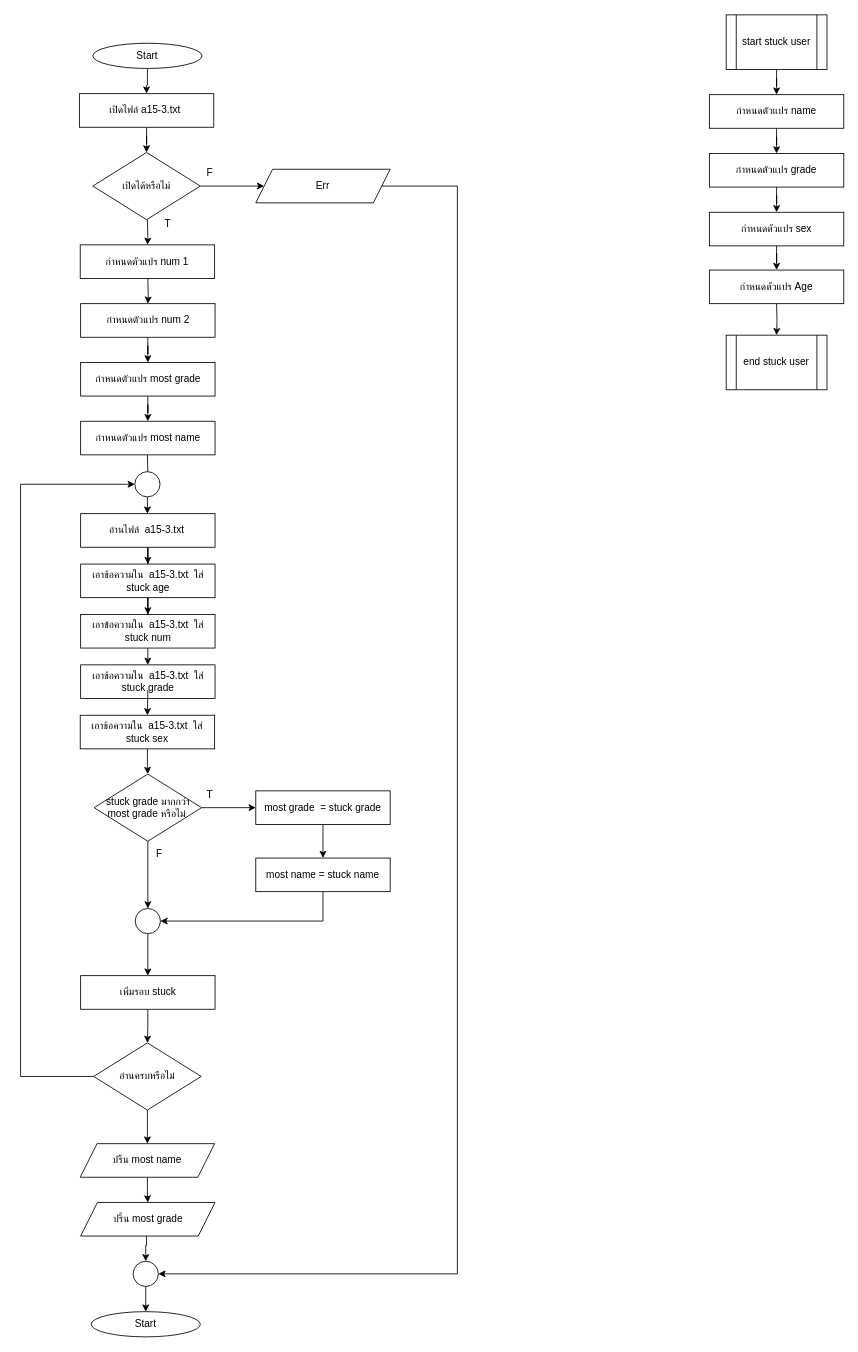
Above: HW/HW15/hw15-4/hw15-4.drawio in aphiwat-window/ENGCE117 (draw.io), before the change. Source tidied: cells renumbered, new cells numbered last; positions are measured from the earlier drawing's top-left corner, leaving out a move shared by most shapes. Both pictures are drawn from the tidied source at 84%, with x=0, y=0 at pixel (20, 14).
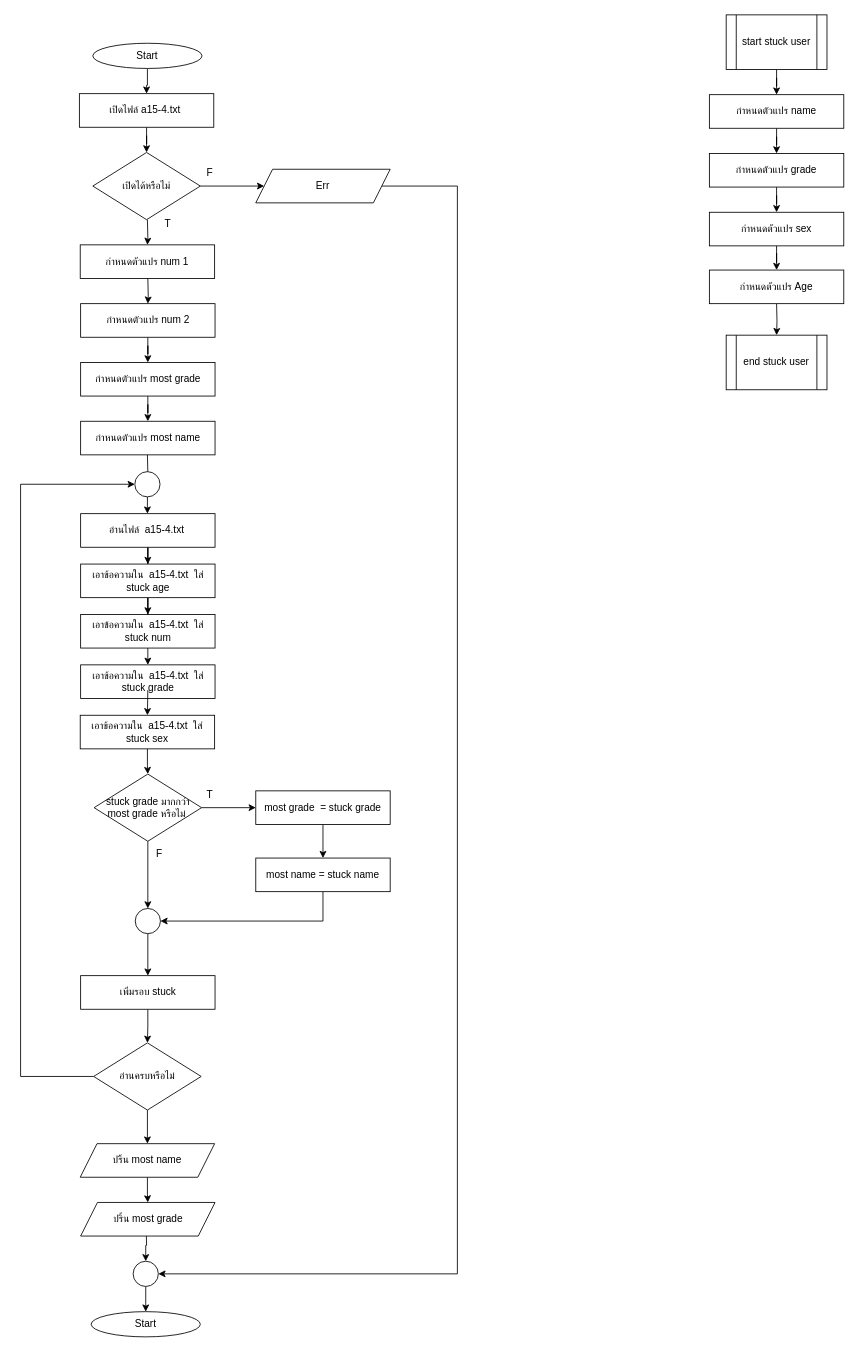
The same page after the edit.

What changed in the source:
```diff
@@
-    <mxCell id="5" value="เปิดไฟล์&amp;nbsp;a15-3.txt&amp;nbsp;" style="rounded=0;whiteSpace=wrap;html=1;" parent="1" vertex="1">
+    <mxCell id="5" value="เปิดไฟล์&amp;nbsp;a15-4.txt&amp;nbsp;" style="rounded=0;whiteSpace=wrap;html=1;" parent="1" vertex="1">
       <mxGeometry x="70" y="94" width="160" height="40" as="geometry" />
     </mxCell>
@@
-    <mxCell id="9" value="อ่านไฟล์&amp;nbsp;&amp;nbsp;a15-3.txt&amp;nbsp;" style="rounded=0;whiteSpace=wrap;html=1;" parent="1" vertex="1">
+    <mxCell id="9" value="อ่านไฟล์&amp;nbsp;&amp;nbsp;a15-4.txt&amp;nbsp;" style="rounded=0;whiteSpace=wrap;html=1;" parent="1" vertex="1">
       <mxGeometry x="71.5" y="594" width="160" height="40" as="geometry" />
     </mxCell>
@@
-    <mxCell id="11" value="เอาข้อความใน&amp;nbsp;&amp;nbsp;a15-3.txt&amp;nbsp; ใส่ stuck num" style="rounded=0;whiteSpace=wrap;html=1;" parent="1" vertex="1">
+    <mxCell id="11" value="เอาข้อความใน&amp;nbsp;&amp;nbsp;a15-4.txt&amp;nbsp; ใส่ stuck num" style="rounded=0;whiteSpace=wrap;html=1;" parent="1" vertex="1">
       <mxGeometry x="71.5" y="714" width="160" height="40" as="geometry" />
     </mxCell>
@@
-    <mxCell id="44" value="เอาข้อความใน&amp;nbsp;&amp;nbsp;a15-3.txt&amp;nbsp; ใส่ stuck grade" style="rounded=0;whiteSpace=wrap;html=1;" parent="1" vertex="1">
+    <mxCell id="44" value="เอาข้อความใน&amp;nbsp;&amp;nbsp;a15-4.txt&amp;nbsp; ใส่ stuck grade" style="rounded=0;whiteSpace=wrap;html=1;" parent="1" vertex="1">
       <mxGeometry x="71.5" y="774" width="160" height="40" as="geometry" />
     </mxCell>
@@
-    <mxCell id="47" value="เอาข้อความใน&amp;nbsp;&amp;nbsp;a15-3.txt&amp;nbsp; ใส่ stuck sex" style="rounded=0;whiteSpace=wrap;html=1;" parent="1" vertex="1">
+    <mxCell id="47" value="เอาข้อความใน&amp;nbsp;&amp;nbsp;a15-4.txt&amp;nbsp; ใส่ stuck sex" style="rounded=0;whiteSpace=wrap;html=1;" parent="1" vertex="1">
       <mxGeometry x="71" y="834" width="160" height="40" as="geometry" />
     </mxCell>
@@
-    <mxCell id="66" value="เอาข้อความใน&amp;nbsp;&amp;nbsp;a15-3.txt&amp;nbsp; ใส่ stuck age" style="rounded=0;whiteSpace=wrap;html=1;" parent="1" vertex="1">
+    <mxCell id="66" value="เอาข้อความใน&amp;nbsp;&amp;nbsp;a15-4.txt&amp;nbsp; ใส่ stuck age" style="rounded=0;whiteSpace=wrap;html=1;" parent="1" vertex="1">
       <mxGeometry x="71.5" y="654" width="160" height="40" as="geometry" />
     </mxCell>
```
